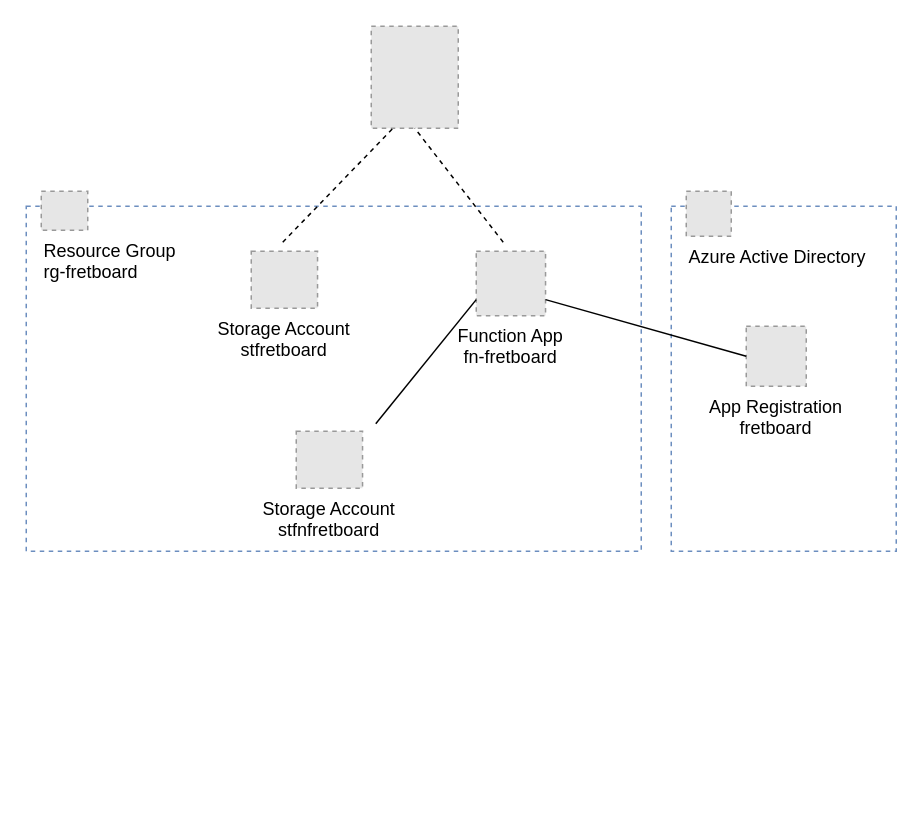
Before: docs/fretboard-architecture.drawio in chrisjensenuk/fretboard, a draw.io diagram. Source tidied: cells renumbered, new cells numbered last; positions are measured from the earlier drawing's top-left corner, leaving out a move shared by most shapes. Both pictures are drawn from the tidied source at 150%, with x=0, y=0 at pixel (26, 26). Pictures stored in the file or linked from it are replaced by grey dashed boxes.
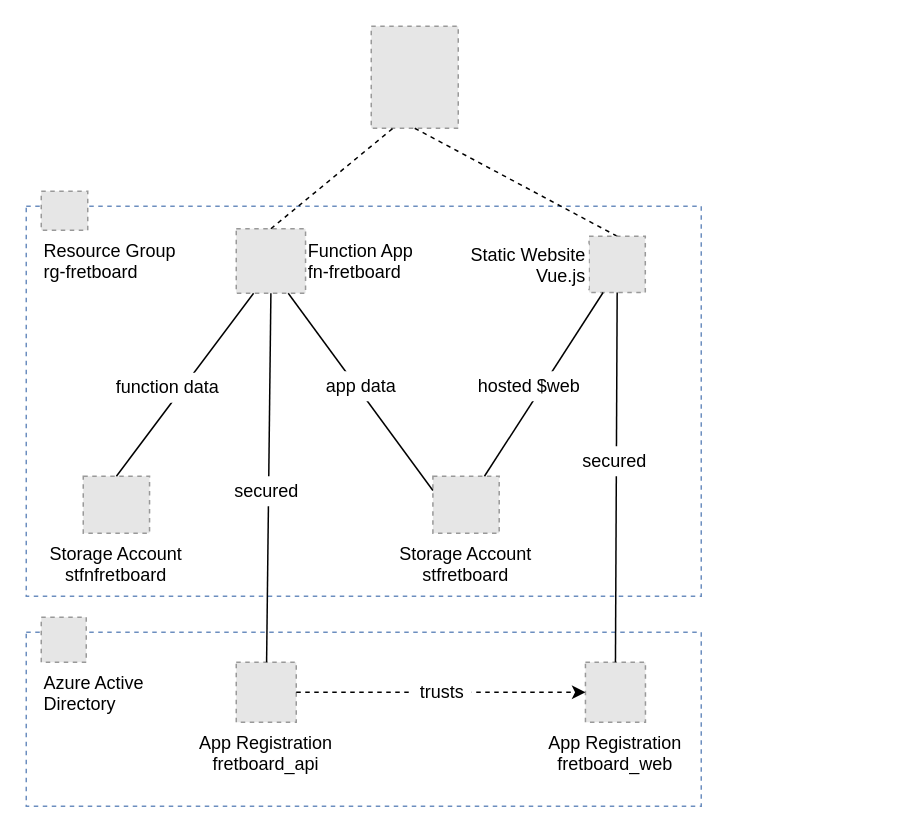
The same page after the edit.

Unchanged cells that the change refers to:
```xml
<mxCell id="11" style="fillColor=#E6E6E6;strokeColor=#999999;dashed=1;verticalLabelPosition=bottom;labelBackgroundColor=#ffffff;verticalAlign=top;align=left;" parent="1" vertex="1">
  <mxGeometry x="230" width="58" height="68" as="geometry" />
</mxCell>
```

The edit, as a diff of the source:
```diff
@@
     <mxCell id="2" style="rounded=0;whiteSpace=wrap;html=1;dashed=1;fillColor=none;strokeColor=#6c8ebf;" parent="1" vertex="1">
-      <mxGeometry x="430" y="120" width="150" height="230" as="geometry" />
+      <mxGeometry y="404" width="450" height="116" as="geometry" />
     </mxCell>
     <mxCell id="3" style="rounded=0;whiteSpace=wrap;html=1;dashed=1;fillColor=none;strokeColor=#6c8ebf;" parent="1" vertex="1">
-      <mxGeometry y="120" width="410" height="230" as="geometry" />
+      <mxGeometry y="120" width="450" height="260" as="geometry" />
     </mxCell>
-    <mxCell id="4" value="Function App&#10;fn-fretboard" style="fillColor=#E6E6E6;strokeColor=#999999;dashed=1;verticalLabelPosition=bottom;labelBackgroundColor=#ffffff;verticalAlign=top;" parent="1" vertex="1">
-      <mxGeometry x="300" y="150" width="46.2" height="43" as="geometry" />
+    <mxCell id="4" value="Function App&#10;fn-fretboard" style="fillColor=#E6E6E6;strokeColor=#999999;dashed=1;verticalLabelPosition=middle;labelBackgroundColor=#ffffff;verticalAlign=middle;labelPosition=right;align=left;" parent="1" vertex="1">
+      <mxGeometry x="140" y="135" width="46.2" height="43" as="geometry" />
     </mxCell>
@@
     <mxCell id="6" value="Storage Account&#10;stfnfretboard" style="fillColor=#E6E6E6;strokeColor=#999999;dashed=1;verticalLabelPosition=bottom;verticalAlign=top;" parent="1" vertex="1">
-      <mxGeometry x="180" y="270" width="44.2" height="38" as="geometry" />
+      <mxGeometry x="38" y="300" width="44.2" height="38" as="geometry" />
     </mxCell>
-    <mxCell id="7" style="endArrow=none;html=1;entryX=1.199;entryY=-0.132;entryDx=0;entryDy=0;entryPerimeter=0;exitX=0;exitY=0.75;exitDx=0;exitDy=0;" parent="1" edge="1" source="4" target="6">
+    <mxCell id="7" style="endArrow=none;html=1;entryX=0.5;entryY=0;entryDx=0;entryDy=0;exitX=0.25;exitY=1;exitDx=0;exitDy=0;" parent="1" edge="1" source="4" target="6">
       <mxGeometry relative="1" as="geometry" />
     </mxCell>
-    <mxCell id="8" value="Azure Active Directory" style="fillColor=#E6E6E6;strokeColor=#999999;dashed=1;verticalLabelPosition=bottom;labelBackgroundColor=#ffffff;verticalAlign=top;align=left;" parent="1" vertex="1">
-      <mxGeometry x="440" y="110" width="30" height="30" as="geometry" />
+    <mxCell id="8" value="Azure Active&#10;Directory" style="fillColor=#E6E6E6;strokeColor=#999999;dashed=1;verticalLabelPosition=bottom;labelBackgroundColor=#ffffff;verticalAlign=top;align=left;" parent="1" vertex="1">
+      <mxGeometry x="10" y="394" width="30" height="30" as="geometry" />
     </mxCell>
-    <mxCell id="9" value="App Registration&#10;fretboard" style="fillColor=#E6E6E6;strokeColor=#999999;dashed=1;verticalLabelPosition=bottom;verticalAlign=top;" parent="1" vertex="1">
-      <mxGeometry x="480" y="200" width="40" height="40" as="geometry" />
+    <mxCell id="9" value="App Registration&#10;fretboard_api" style="fillColor=#E6E6E6;strokeColor=#999999;dashed=1;verticalLabelPosition=bottom;verticalAlign=top;labelBackgroundColor=none;" parent="1" vertex="1">
+      <mxGeometry x="140" y="424" width="40" height="40" as="geometry" />
     </mxCell>
-    <mxCell id="10" style="endArrow=none;html=1;entryX=0;entryY=0.5;entryDx=0;entryDy=0;exitX=1;exitY=0.75;exitDx=0;exitDy=0;" parent="1" edge="1" source="4" target="9">
+    <mxCell id="10" style="endArrow=none;html=1;exitX=0.5;exitY=1;exitDx=0;exitDy=0;" parent="1" edge="1" source="4" target="9">
       <mxGeometry relative="1" as="geometry" />
     </mxCell>
@@
     <mxCell id="12" value="Storage Account&#10;stfretboard" style="fillColor=#E6E6E6;strokeColor=#999999;dashed=1;verticalLabelPosition=bottom;verticalAlign=top;" parent="1" vertex="1">
-      <mxGeometry x="150" y="150" width="44.2" height="38" as="geometry" />
+      <mxGeometry x="271.1" y="300" width="44.2" height="38" as="geometry" />
     </mxCell>
-    <mxCell id="13" style="endArrow=none;dashed=1;html=1;entryX=0.5;entryY=1;entryDx=0;entryDy=0;exitX=0.389;exitY=-0.14;exitDx=0;exitDy=0;exitPerimeter=0;entryPerimeter=0;" parent="1" edge="1" source="4" target="11">
+    <mxCell id="13" style="endArrow=none;dashed=1;html=1;entryX=0.25;entryY=1;entryDx=0;entryDy=0;exitX=0.5;exitY=0;exitDx=0;exitDy=0;" parent="1" edge="1" source="4" target="11">
       <mxGeometry relative="1" as="geometry" />
     </mxCell>
-    <mxCell id="14" style="endArrow=none;dashed=1;html=1;entryX=0.25;entryY=1;entryDx=0;entryDy=0;exitX=0.475;exitY=-0.158;exitDx=0;exitDy=0;exitPerimeter=0;" parent="1" edge="1" source="12" target="11">
+    <mxCell id="14" style="endArrow=none;dashed=1;html=1;entryX=0.5;entryY=1;entryDx=0;entryDy=0;exitX=0.5;exitY=0;exitDx=0;exitDy=0;" parent="1" edge="1" source="16" target="11">
       <mxGeometry relative="1" as="geometry" />
     </mxCell>
+    <mxCell id="15" value="App Registration&#10;fretboard_web" style="fillColor=#E6E6E6;strokeColor=#999999;dashed=1;verticalLabelPosition=bottom;verticalAlign=top;" parent="1" vertex="1">
+      <mxGeometry x="372.8" y="424" width="40" height="40" as="geometry" />
+    </mxCell>
+    <mxCell id="16" value="Static Website&#10;Vue.js" style="fillColor=#E6E6E6;strokeColor=#999999;dashed=1;verticalLabelPosition=middle;verticalAlign=middle;labelBackgroundColor=#FFFFFF;labelPosition=left;align=right;" parent="1" vertex="1">
+      <mxGeometry x="375.2" y="140" width="37.5" height="37.5" as="geometry" />
+    </mxCell>
+    <mxCell id="17" style="endArrow=none;html=1;exitX=0.75;exitY=1;exitDx=0;exitDy=0;entryX=0;entryY=0.25;entryDx=0;entryDy=0;" parent="1" edge="1" source="4" target="12">
+      <mxGeometry relative="1" as="geometry" />
+    </mxCell>
+    <mxCell id="18" style="endArrow=classic;html=1;strokeWidth=1;exitX=1;exitY=0.5;exitDx=0;exitDy=0;entryX=0;entryY=0.5;entryDx=0;entryDy=0;dashed=1;" parent="1" edge="1" source="9" target="15">
+      <mxGeometry relative="1" as="geometry" />
+    </mxCell>
+    <mxCell id="19" style="endArrow=none;html=1;strokeWidth=1;entryX=0.25;entryY=1;entryDx=0;entryDy=0;" parent="1" edge="1" source="12" target="16">
+      <mxGeometry relative="1" as="geometry" />
+    </mxCell>
+    <mxCell id="20" value="hosted $web" style="text;html=1;align=center;verticalAlign=middle;fillColor=#ffffff;" parent="1" vertex="1">
+      <mxGeometry x="295.2" y="230" width="80" height="20" as="geometry" />
+    </mxCell>
+    <mxCell id="21" value="app data" style="text;html=1;align=center;verticalAlign=middle;fillColor=#ffffff;" parent="1" vertex="1">
+      <mxGeometry x="193" y="230" width="60" height="20" as="geometry" />
+    </mxCell>
+    <mxCell id="22" value="secured" style="text;html=1;align=center;verticalAlign=middle;fillColor=#ffffff;" parent="1" vertex="1">
+      <mxGeometry x="130" y="300" width="60" height="20" as="geometry" />
+    </mxCell>
+    <mxCell id="23" value="function data" style="text;html=1;align=center;verticalAlign=middle;fillColor=#ffffff;" parent="1" vertex="1">
+      <mxGeometry x="54" y="231" width="80" height="20" as="geometry" />
+    </mxCell>
+    <mxCell id="24" value="trusts" style="text;html=1;align=center;verticalAlign=middle;fillColor=#ffffff;" parent="1" vertex="1">
+      <mxGeometry x="257" y="434" width="40" height="20" as="geometry" />
+    </mxCell>
+    <mxCell id="25" style="endArrow=none;html=1;strokeWidth=1;entryX=0.5;entryY=1;entryDx=0;entryDy=0;exitX=0.5;exitY=0;exitDx=0;exitDy=0;" parent="1" edge="1" source="15" target="16">
+      <mxGeometry relative="1" as="geometry" />
+    </mxCell>
+    <mxCell id="26" value="secured" style="text;html=1;align=center;verticalAlign=middle;fillColor=#ffffff;" parent="1" vertex="1">
+      <mxGeometry x="361.8" y="280" width="60" height="20" as="geometry" />
+    </mxCell>
```
